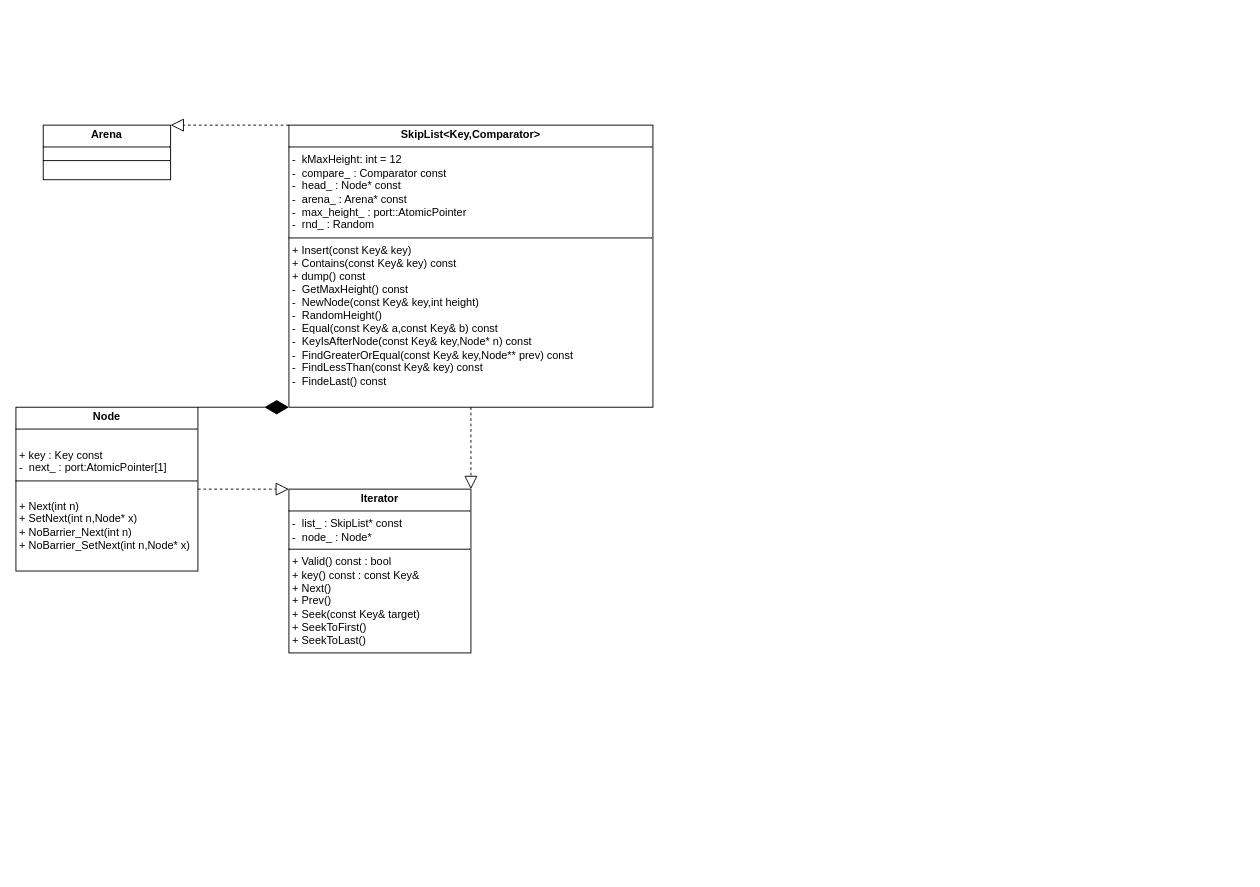
Above: 未命名绘图.drawio in ZF-2305929683/simple-webserver-with-KVDB-and-SSL (draw.io), before the change. Source tidied: cells renumbered, new cells numbered last; positions are measured from the earlier drawing's top-left corner, leaving out a move shared by most shapes. Both pictures are drawn from the tidied source at 91%, with x=0, y=0 at pixel (15, 125).
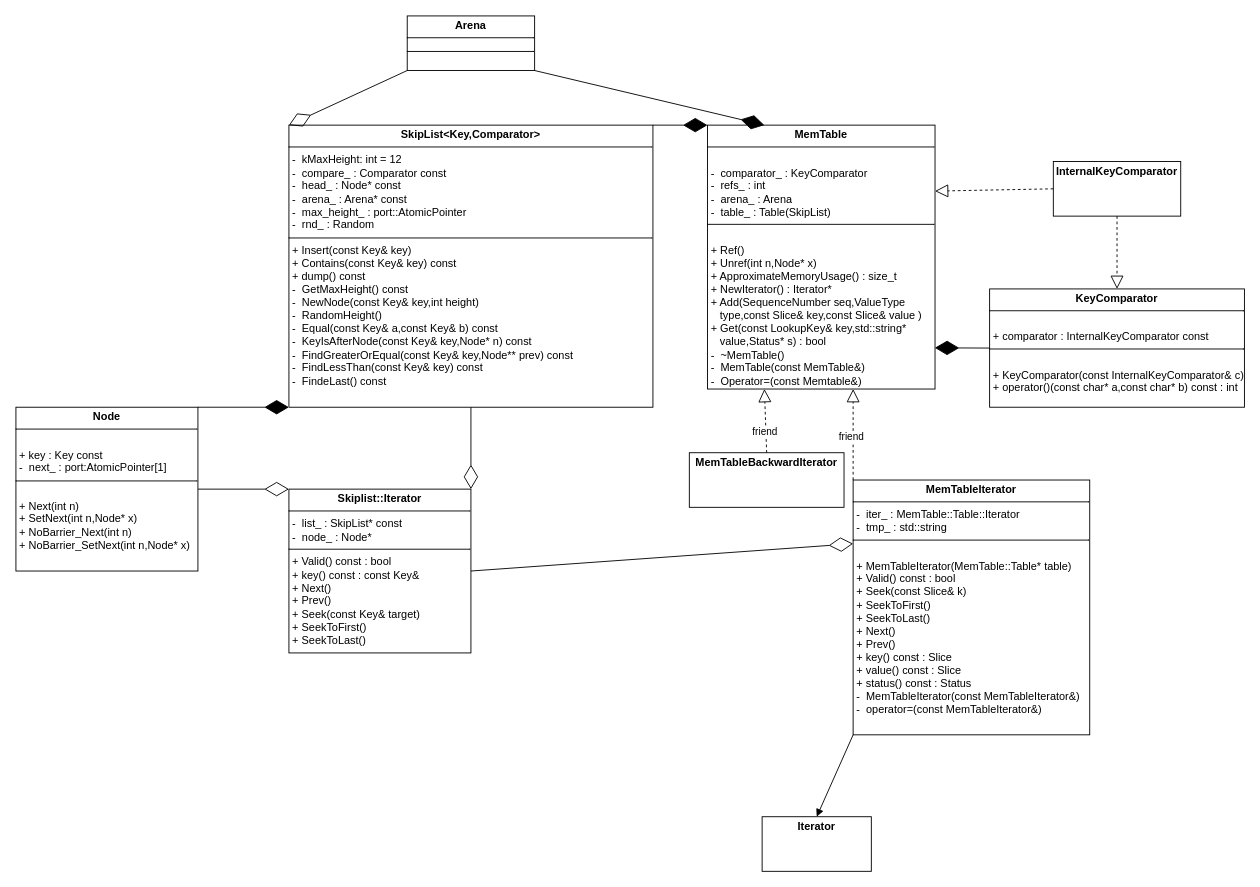
The same page after the edit.

Commit message:
更新未命名绘图.drawio

The change refers to these unchanged cells:
```xml
<mxCell id="3" value="&lt;p style=&quot;margin:0px;margin-top:4px;text-align:center;&quot;&gt;&lt;b&gt;SkipList&amp;lt;Key,Comparator&amp;gt;&lt;/b&gt;&lt;/p&gt;&lt;hr size=&quot;1&quot; style=&quot;border-style:solid;&quot;&gt;&lt;p style=&quot;margin: 0px 0px 0px 4px;&quot;&gt;-&amp;nbsp; kMaxHeight: int = 12&lt;/p&gt;&lt;p style=&quot;margin: 0px 0px 0px 4px;&quot;&gt;-&amp;nbsp; compare_ : Comparator const&lt;/p&gt;&lt;p style=&quot;margin: 0px 0px 0px 4px;&quot;&gt;-&amp;nbsp; head_ : Node* const&lt;/p&gt;&lt;p style=&quot;margin: 0px 0px 0px 4px;&quot;&gt;-&amp;nbsp; arena_ : Arena* const&amp;nbsp;&lt;/p&gt;&lt;p style=&quot;margin: 0px 0px 0px 4px;&quot;&gt;-&amp;nbsp; max_height_ : port::AtomicPointer&lt;/p&gt;&lt;p style=&quot;margin: 0px 0px 0px 4px;&quot;&gt;-&amp;nbsp; rnd_ : Random&lt;/p&gt;&lt;hr size=&quot;1&quot; style=&quot;border-style:solid;&quot;&gt;&lt;p style=&quot;margin: 0px 0px 0px 4px;&quot;&gt;+ Insert(const Key&amp;amp; key)&lt;/p&gt;&lt;p style=&quot;margin: 0px 0px 0px 4px;&quot;&gt;+ Contains(const Key&amp;amp; key) const&lt;/p&gt;&lt;p style=&quot;margin: 0px 0px 0px 4px;&quot;&gt;+ dump() const&lt;/p&gt;&lt;p style=&quot;margin: 0px 0px 0px 4px;&quot;&gt;-&amp;nbsp; GetMaxHeight() const&lt;/p&gt;&lt;p style=&quot;margin: 0px 0px 0px 4px;&quot;&gt;-&amp;nbsp; NewNode(const Key&amp;amp; key,int height)&lt;/p&gt;&lt;p style=&quot;margin: 0px 0px 0px 4px;&quot;&gt;-&amp;nbsp; RandomHeight()&lt;/p&gt;&lt;p style=&quot;margin: 0px 0px 0px 4px;&quot;&gt;-&amp;nbsp; Equal(const Key&amp;amp; a,const Key&amp;amp; b) const&lt;/p&gt;&lt;p style=&quot;margin: 0px 0px 0px 4px;&quot;&gt;-&amp;nbsp; KeyIsAfterNode(const Key&amp;amp; key,Node* n) const&lt;/p&gt;&lt;p style=&quot;margin: 0px 0px 0px 4px;&quot;&gt;-&amp;nbsp; FindGreaterOrEqual(const Key&amp;amp; key,Node** prev) const&lt;/p&gt;&lt;p style=&quot;margin: 0px 0px 0px 4px;&quot;&gt;-&amp;nbsp; FindLessThan(const Key&amp;amp; key) const&lt;/p&gt;&lt;p style=&quot;margin: 0px 0px 0px 4px;&quot;&gt;-&amp;nbsp; FindeLast() const&lt;/p&gt;" style="verticalAlign=top;align=left;overflow=fill;html=1;whiteSpace=wrap;" parent="1" vertex="1">
  <mxGeometry x="300" width="400" height="310" as="geometry" />
</mxCell>
<mxCell id="4" value="&lt;p style=&quot;margin:0px;margin-top:4px;text-align:center;&quot;&gt;&lt;b&gt;Node&lt;/b&gt;&lt;/p&gt;&lt;hr size=&quot;1&quot; style=&quot;border-style:solid;&quot;&gt;&lt;p style=&quot;margin:0px;margin-left:4px;&quot;&gt;&lt;br&gt;&lt;/p&gt;&lt;p style=&quot;margin:0px;margin-left:4px;&quot;&gt;+ key : Key const&lt;/p&gt;&lt;p style=&quot;margin:0px;margin-left:4px;&quot;&gt;-&amp;nbsp; next_ : port:AtomicPointer[1]&lt;/p&gt;&lt;hr size=&quot;1&quot; style=&quot;border-style:solid;&quot;&gt;&lt;p style=&quot;margin:0px;margin-left:4px;&quot;&gt;&lt;br&gt;&lt;/p&gt;&lt;p style=&quot;margin:0px;margin-left:4px;&quot;&gt;+ Next(int n)&lt;/p&gt;&lt;p style=&quot;margin:0px;margin-left:4px;&quot;&gt;+ SetNext(int n,Node* x)&lt;/p&gt;&lt;p style=&quot;margin:0px;margin-left:4px;&quot;&gt;+ NoBarrier_Next(int n)&lt;/p&gt;&lt;p style=&quot;margin:0px;margin-left:4px;&quot;&gt;+ NoBarrier_SetNext(int n,Node* x)&lt;/p&gt;" style="verticalAlign=top;align=left;overflow=fill;html=1;whiteSpace=wrap;" parent="1" vertex="1">
  <mxGeometry y="310" width="200" height="180" as="geometry" />
</mxCell>
```

The edit, as a diff of the source:
```diff
@@
     <mxCell id="2" value="&lt;p style=&quot;margin:0px;margin-top:4px;text-align:center;&quot;&gt;&lt;b&gt;Arena&lt;/b&gt;&lt;/p&gt;&lt;hr size=&quot;1&quot; style=&quot;border-style:solid;&quot;&gt;&lt;div style=&quot;height:2px;&quot;&gt;&lt;/div&gt;&lt;hr size=&quot;1&quot; style=&quot;border-style:solid;&quot;&gt;&lt;div style=&quot;height:2px;&quot;&gt;&lt;/div&gt;" style="verticalAlign=top;align=left;overflow=fill;html=1;whiteSpace=wrap;" parent="1" vertex="1">
-      <mxGeometry x="30" width="140" height="60" as="geometry" />
+      <mxGeometry x="430" y="-120" width="140" height="60" as="geometry" />
     </mxCell>
@@
-    <mxCell id="5" value="&lt;p style=&quot;margin:0px;margin-top:4px;text-align:center;&quot;&gt;&lt;b&gt;Iterator&lt;/b&gt;&lt;/p&gt;&lt;hr size=&quot;1&quot; style=&quot;border-style:solid;&quot;&gt;&lt;p style=&quot;margin: 0px 0px 0px 4px;&quot;&gt;-&amp;nbsp; list_ : SkipList* const&lt;/p&gt;&lt;p style=&quot;margin: 0px 0px 0px 4px;&quot;&gt;-&amp;nbsp; node_ : Node*&lt;/p&gt;&lt;hr size=&quot;1&quot; style=&quot;border-style:solid;&quot;&gt;&lt;p style=&quot;margin:0px;margin-left:4px;&quot;&gt;+ Valid() const : bool&lt;/p&gt;&lt;p style=&quot;margin:0px;margin-left:4px;&quot;&gt;+ key() const : const Key&amp;amp;&lt;/p&gt;&lt;p style=&quot;margin:0px;margin-left:4px;&quot;&gt;+ Next()&lt;/p&gt;&lt;p style=&quot;margin:0px;margin-left:4px;&quot;&gt;+ Prev()&lt;/p&gt;&lt;p style=&quot;margin:0px;margin-left:4px;&quot;&gt;+ Seek(const Key&amp;amp; target)&lt;/p&gt;&lt;p style=&quot;margin:0px;margin-left:4px;&quot;&gt;+ SeekToFirst()&lt;/p&gt;&lt;p style=&quot;margin:0px;margin-left:4px;&quot;&gt;+ SeekToLast()&lt;/p&gt;" style="verticalAlign=top;align=left;overflow=fill;html=1;whiteSpace=wrap;" parent="1" vertex="1">
+    <mxCell id="5" value="&lt;p style=&quot;margin:0px;margin-top:4px;text-align:center;&quot;&gt;&lt;b&gt;Skiplist::Iterator&lt;/b&gt;&lt;/p&gt;&lt;hr size=&quot;1&quot; style=&quot;border-style:solid;&quot;&gt;&lt;p style=&quot;margin: 0px 0px 0px 4px;&quot;&gt;-&amp;nbsp; list_ : SkipList* const&lt;/p&gt;&lt;p style=&quot;margin: 0px 0px 0px 4px;&quot;&gt;-&amp;nbsp; node_ : Node*&lt;/p&gt;&lt;hr size=&quot;1&quot; style=&quot;border-style:solid;&quot;&gt;&lt;p style=&quot;margin:0px;margin-left:4px;&quot;&gt;+ Valid() const : bool&lt;/p&gt;&lt;p style=&quot;margin:0px;margin-left:4px;&quot;&gt;+ key() const : const Key&amp;amp;&lt;/p&gt;&lt;p style=&quot;margin:0px;margin-left:4px;&quot;&gt;+ Next()&lt;/p&gt;&lt;p style=&quot;margin:0px;margin-left:4px;&quot;&gt;+ Prev()&lt;/p&gt;&lt;p style=&quot;margin:0px;margin-left:4px;&quot;&gt;+ Seek(const Key&amp;amp; target)&lt;/p&gt;&lt;p style=&quot;margin:0px;margin-left:4px;&quot;&gt;+ SeekToFirst()&lt;/p&gt;&lt;p style=&quot;margin:0px;margin-left:4px;&quot;&gt;+ SeekToLast()&lt;/p&gt;" style="verticalAlign=top;align=left;overflow=fill;html=1;whiteSpace=wrap;" parent="1" vertex="1">
       <mxGeometry x="300" y="400" width="200" height="180" as="geometry" />
     </mxCell>
@@
+    <mxCell id="10" value="&lt;p style=&quot;margin:0px;margin-top:4px;text-align:center;&quot;&gt;&lt;b&gt;MemTable&lt;/b&gt;&lt;/p&gt;&lt;hr size=&quot;1&quot; style=&quot;border-style:solid;&quot;&gt;&lt;p style=&quot;margin:0px;margin-left:4px;&quot;&gt;&lt;br&gt;&lt;/p&gt;&lt;p style=&quot;margin:0px;margin-left:4px;&quot;&gt;-&amp;nbsp; comparator_ : KeyComparator&lt;/p&gt;&lt;p style=&quot;margin:0px;margin-left:4px;&quot;&gt;-&amp;nbsp; refs_ : int&lt;/p&gt;&lt;p style=&quot;margin:0px;margin-left:4px;&quot;&gt;-&amp;nbsp; arena_ : Arena&lt;/p&gt;&lt;p style=&quot;margin:0px;margin-left:4px;&quot;&gt;-&amp;nbsp; table_ : Table(SkipList)&lt;/p&gt;&lt;hr size=&quot;1&quot; style=&quot;border-style:solid;&quot;&gt;&lt;p style=&quot;margin:0px;margin-left:4px;&quot;&gt;&lt;br&gt;&lt;/p&gt;&lt;p style=&quot;margin:0px;margin-left:4px;&quot;&gt;+ Ref()&lt;/p&gt;&lt;p style=&quot;margin:0px;margin-left:4px;&quot;&gt;+ Unref(int n,Node* x)&lt;/p&gt;&lt;p style=&quot;margin:0px;margin-left:4px;&quot;&gt;+ ApproximateMemoryUsage&lt;span style=&quot;background-color: transparent; color: light-dark(rgb(0, 0, 0), rgb(255, 255, 255));&quot;&gt;() : size_t&lt;/span&gt;&lt;/p&gt;&lt;p style=&quot;margin:0px;margin-left:4px;&quot;&gt;+ NewIterator() : Iterator*&lt;/p&gt;&lt;p style=&quot;margin:0px;margin-left:4px;&quot;&gt;+ Add(SequenceNumber seq,ValueType&amp;nbsp; &amp;nbsp; &amp;nbsp; &amp;nbsp; &amp;nbsp; &amp;nbsp; &amp;nbsp;type,const Slice&amp;amp; key,const Slice&amp;amp; value )&lt;/p&gt;&lt;p style=&quot;margin:0px;margin-left:4px;&quot;&gt;+ Get(const LookupKey&amp;amp; key,std::string*&amp;nbsp; &amp;nbsp; &amp;nbsp; &amp;nbsp; &amp;nbsp; &amp;nbsp; &amp;nbsp;value,Status* s) : bool&lt;/p&gt;&lt;p style=&quot;margin:0px;margin-left:4px;&quot;&gt;-&amp;nbsp; ~MemTable()&lt;/p&gt;&lt;p style=&quot;margin:0px;margin-left:4px;&quot;&gt;-&amp;nbsp; MemTable(const MemTable&amp;amp;)&lt;/p&gt;&lt;p style=&quot;margin:0px;margin-left:4px;&quot;&gt;-&amp;nbsp; Operator=(const Memtable&amp;amp;)&lt;/p&gt;" style="verticalAlign=top;align=left;overflow=fill;html=1;whiteSpace=wrap;" parent="1" vertex="1">
+      <mxGeometry x="760" width="250" height="290" as="geometry" />
+    </mxCell>
+    <mxCell id="11" style="endArrow=diamondThin;endFill=1;endSize=24;html=1;rounded=0;entryX=0;entryY=0;entryDx=0;entryDy=0;" parent="1" edge="1" target="10">
+      <mxGeometry relative="1" as="geometry">
+        <mxPoint x="700" as="sourcePoint" />
+      </mxGeometry>
+    </mxCell>
+    <mxCell id="12" style="endArrow=diamondThin;endFill=1;endSize=24;html=1;rounded=0;entryX=0.25;entryY=0;entryDx=0;entryDy=0;exitX=1;exitY=1;exitDx=0;exitDy=0;" parent="1" edge="1" source="2" target="10">
+      <mxGeometry relative="1" as="geometry" />
+    </mxCell>
+    <mxCell id="13" value="&lt;p style=&quot;margin:0px;margin-top:4px;text-align:center;&quot;&gt;&lt;b&gt;KeyComparator&lt;/b&gt;&lt;/p&gt;&lt;hr size=&quot;1&quot; style=&quot;border-style:solid;&quot;&gt;&lt;p style=&quot;margin:0px;margin-left:4px;&quot;&gt;&lt;br&gt;&lt;/p&gt;&lt;p style=&quot;margin:0px;margin-left:4px;&quot;&gt;+ comparator :&amp;nbsp;&lt;span style=&quot;background-color: transparent; color: light-dark(rgb(0, 0, 0), rgb(255, 255, 255)); text-align: center;&quot;&gt;InternalKeyComparator&lt;/span&gt;&lt;span style=&quot;background-color: transparent; color: light-dark(rgb(0, 0, 0), rgb(255, 255, 255));&quot;&gt;&amp;nbsp;const&lt;/span&gt;&lt;/p&gt;&lt;hr size=&quot;1&quot; style=&quot;border-style:solid;&quot;&gt;&lt;p style=&quot;margin:0px;margin-left:4px;&quot;&gt;&lt;br&gt;&lt;/p&gt;&lt;p style=&quot;margin:0px;margin-left:4px;&quot;&gt;+ KeyComparator(const InternalKeyComparator&amp;amp; c)&lt;/p&gt;&lt;p style=&quot;margin:0px;margin-left:4px;&quot;&gt;+ operator()(const char* a,const char* b) const : int&lt;/p&gt;" style="verticalAlign=top;align=left;overflow=fill;html=1;whiteSpace=wrap;" parent="1" vertex="1">
+      <mxGeometry x="1070" y="180" width="280" height="130" as="geometry" />
+    </mxCell>
+    <mxCell id="14" style="endArrow=diamondThin;endFill=1;endSize=24;html=1;rounded=0;entryX=0.999;entryY=0.844;entryDx=0;entryDy=0;exitX=0;exitY=0.5;exitDx=0;exitDy=0;entryPerimeter=0;" parent="1" edge="1" source="13" target="10">
+      <mxGeometry relative="1" as="geometry" />
+    </mxCell>
+    <mxCell id="15" value="&lt;p style=&quot;margin:0px;margin-top:4px;text-align:center;&quot;&gt;&lt;b&gt;InternalKeyComparator&lt;/b&gt;&lt;/p&gt;" style="verticalAlign=top;align=left;overflow=fill;html=1;whiteSpace=wrap;" parent="1" vertex="1">
+      <mxGeometry x="1140" y="40" width="140" height="60" as="geometry" />
+    </mxCell>
+    <mxCell id="16" value="&lt;p style=&quot;margin:0px;margin-top:4px;text-align:center;&quot;&gt;&lt;b&gt;MemTableBackwardIterator&lt;/b&gt;&lt;/p&gt;" style="verticalAlign=top;align=left;overflow=fill;html=1;whiteSpace=wrap;" parent="1" vertex="1">
+      <mxGeometry x="740" y="360" width="170" height="60" as="geometry" />
+    </mxCell>
+    <mxCell id="17" style="endArrow=block;dashed=1;endFill=0;endSize=12;html=1;rounded=0;exitX=0.5;exitY=1;exitDx=0;exitDy=0;entryX=0.5;entryY=0;entryDx=0;entryDy=0;" parent="1" edge="1" source="15" target="13">
+      <mxGeometry relative="1" as="geometry" />
+    </mxCell>
+    <mxCell id="18" style="endArrow=block;dashed=1;endFill=0;endSize=12;html=1;rounded=0;exitX=0;exitY=0.5;exitDx=0;exitDy=0;entryX=1;entryY=0.25;entryDx=0;entryDy=0;" parent="1" edge="1" source="15" target="10">
+      <mxGeometry relative="1" as="geometry" />
+    </mxCell>
+    <mxCell id="19" style="endArrow=block;dashed=1;endFill=0;endSize=12;html=1;rounded=0;exitX=0;exitY=0;exitDx=0;exitDy=0;" parent="1" edge="1" source="24">
+      <mxGeometry relative="1" as="geometry">
+        <mxPoint x="920" y="290" as="targetPoint" />
+      </mxGeometry>
+    </mxCell>
+    <mxCell id="20" value="friend" style="edgeLabel;html=1;align=center;verticalAlign=middle;" parent="19" vertex="1">
+      <mxGeometry x="-0.04" y="3" relative="1" as="geometry" />
+    </mxCell>
+    <mxCell id="21" style="endArrow=block;dashed=1;endFill=0;endSize=12;html=1;rounded=0;exitX=0.5;exitY=0;exitDx=0;exitDy=0;entryX=0.25;entryY=1;entryDx=0;entryDy=0;" parent="1" edge="1" source="16" target="10">
+      <mxGeometry relative="1" as="geometry" />
+    </mxCell>
+    <mxCell id="22" value="friend" style="edgeLabel;html=1;align=center;verticalAlign=middle;" parent="21" vertex="1">
+      <mxGeometry x="-0.32" y="2" relative="1" as="geometry" />
+    </mxCell>
+    <mxCell id="23" style="endArrow=diamondThin;endFill=0;endSize=24;html=1;rounded=0;entryX=0;entryY=0;entryDx=0;entryDy=0;" parent="1" edge="1" target="3">
+      <mxGeometry relative="1" as="geometry">
+        <mxPoint x="430" y="-60" as="sourcePoint" />
+      </mxGeometry>
+    </mxCell>
-    <mxCell id="7" style="endArrow=block;dashed=1;endFill=0;endSize=12;html=1;rounded=0;exitX=0.5;exitY=1;exitDx=0;exitDy=0;entryX=1;entryY=0;entryDx=0;entryDy=0;" parent="1" edge="1" source="3" target="5">
+    <mxCell id="7" style="endArrow=diamondThin;endFill=0;endSize=24;html=1;rounded=0;exitX=0.5;exitY=1;exitDx=0;exitDy=0;entryX=1;entryY=0;entryDx=0;entryDy=0;" parent="1" edge="1" source="3" target="5">
       <mxGeometry relative="1" as="geometry" />
     </mxCell>
-    <mxCell id="8" style="endArrow=block;dashed=1;endFill=0;endSize=12;html=1;rounded=0;exitX=1;exitY=0.5;exitDx=0;exitDy=0;entryX=0;entryY=0;entryDx=0;entryDy=0;" parent="1" edge="1" source="4" target="5">
+    <mxCell id="8" style="endArrow=diamondThin;endFill=0;endSize=24;html=1;rounded=0;exitX=1;exitY=0.5;exitDx=0;exitDy=0;entryX=0;entryY=0;entryDx=0;entryDy=0;" parent="1" edge="1" source="4" target="5">
       <mxGeometry relative="1" as="geometry" />
     </mxCell>
-    <mxCell id="9" style="endArrow=block;dashed=1;endFill=0;endSize=12;html=1;rounded=0;exitX=0;exitY=0;exitDx=0;exitDy=0;entryX=1;entryY=0;entryDx=0;entryDy=0;" parent="1" edge="1" source="3" target="2">
-      <mxGeometry relative="1" as="geometry" />
-    </mxCell>
+    <mxCell id="24" value="&lt;p style=&quot;margin:0px;margin-top:4px;text-align:center;&quot;&gt;&lt;b&gt;MemTableIterator&lt;/b&gt;&lt;/p&gt;&lt;hr size=&quot;1&quot; style=&quot;border-style:solid;&quot;&gt;&lt;p style=&quot;margin:0px;margin-left:4px;&quot;&gt;&lt;span style=&quot;background-color: transparent; color: light-dark(rgb(0, 0, 0), rgb(255, 255, 255));&quot;&gt;-&amp;nbsp;&amp;nbsp;&lt;/span&gt;&lt;span style=&quot;background-color: transparent; color: light-dark(rgb(0, 0, 0), rgb(255, 255, 255));&quot;&gt;iter_ :&amp;nbsp;&lt;/span&gt;&lt;span style=&quot;background-color: transparent; color: light-dark(rgb(0, 0, 0), rgb(255, 255, 255));&quot;&gt;MemTable::Table::Iterator&amp;nbsp;&lt;/span&gt;&lt;/p&gt;&lt;p style=&quot;margin:0px;margin-left:4px;&quot;&gt;-&amp;nbsp; tmp_ : std::string&lt;/p&gt;&lt;hr size=&quot;1&quot; style=&quot;border-style:solid;&quot;&gt;&lt;p style=&quot;margin:0px;margin-left:4px;&quot;&gt;&lt;br&gt;&lt;/p&gt;&lt;p style=&quot;margin:0px;margin-left:4px;&quot;&gt;+ MemTableIterator(MemTable::Table* table)&lt;/p&gt;&lt;p style=&quot;margin:0px;margin-left:4px;&quot;&gt;+ Valid() const : bool&lt;/p&gt;&lt;p style=&quot;margin:0px;margin-left:4px;&quot;&gt;+ Seek(const Slice&amp;amp; k)&lt;/p&gt;&lt;p style=&quot;margin:0px;margin-left:4px;&quot;&gt;+ SeekToFirst()&lt;/p&gt;&lt;p style=&quot;margin:0px;margin-left:4px;&quot;&gt;+ SeekToLast()&lt;/p&gt;&lt;p style=&quot;margin:0px;margin-left:4px;&quot;&gt;+ Next()&lt;/p&gt;&lt;p style=&quot;margin:0px;margin-left:4px;&quot;&gt;+ Prev()&lt;/p&gt;&lt;p style=&quot;margin:0px;margin-left:4px;&quot;&gt;+ key() const : Slice&lt;/p&gt;&lt;p style=&quot;margin:0px;margin-left:4px;&quot;&gt;+ value() const : Slice&lt;/p&gt;&lt;p style=&quot;margin:0px;margin-left:4px;&quot;&gt;+ status() const : Status&lt;/p&gt;&lt;p style=&quot;margin:0px;margin-left:4px;&quot;&gt;-&amp;nbsp; MemTableIterator(const MemTableIterator&amp;amp;)&lt;/p&gt;&lt;p style=&quot;margin:0px;margin-left:4px;&quot;&gt;-&amp;nbsp; operator=(const&amp;nbsp;&lt;span style=&quot;background-color: transparent; color: light-dark(rgb(0, 0, 0), rgb(255, 255, 255));&quot;&gt;MemTableIterator&amp;amp;&lt;/span&gt;&lt;span style=&quot;background-color: transparent; color: light-dark(rgb(0, 0, 0), rgb(255, 255, 255));&quot;&gt;)&lt;/span&gt;&lt;/p&gt;" style="verticalAlign=top;align=left;overflow=fill;html=1;whiteSpace=wrap;" parent="1" vertex="1">
+      <mxGeometry x="920" y="390" width="260" height="280" as="geometry" />
+    </mxCell>
+    <mxCell id="25" value="&lt;p style=&quot;margin:0px;margin-top:4px;text-align:center;&quot;&gt;&lt;b&gt;Iterator&lt;/b&gt;&lt;/p&gt;" style="verticalAlign=top;align=left;overflow=fill;html=1;whiteSpace=wrap;" parent="1" vertex="1">
+      <mxGeometry x="820" y="760" width="120" height="60" as="geometry" />
+    </mxCell>
+    <mxCell id="26" style="html=1;verticalAlign=bottom;endArrow=block;curved=0;rounded=0;exitX=0;exitY=1;exitDx=0;exitDy=0;entryX=0.5;entryY=0;entryDx=0;entryDy=0;" parent="1" edge="1" source="24" target="25">
+      <mxGeometry relative="1" as="geometry" />
+    </mxCell>
+    <mxCell id="27" style="endArrow=diamondThin;endFill=0;endSize=24;html=1;rounded=0;exitX=1;exitY=0.5;exitDx=0;exitDy=0;entryX=0;entryY=0.25;entryDx=0;entryDy=0;" parent="1" edge="1" source="5" target="24">
+      <mxGeometry relative="1" as="geometry" />
+    </mxCell>
```
